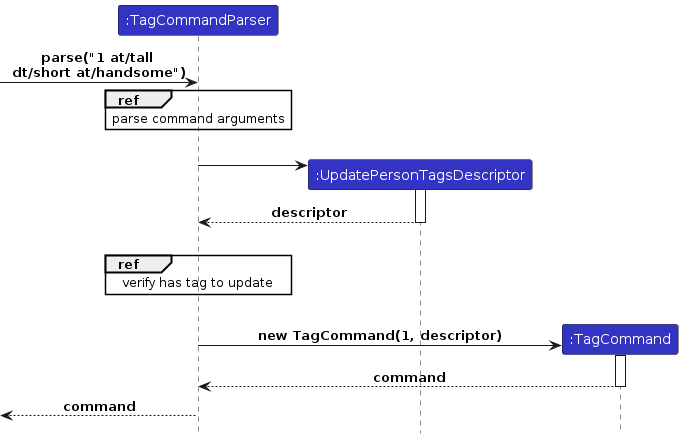
TehOPanas/tP keeps this PlantUML diagram as diagrams/tag-feature/ParseSequenceDiagram.png. Above is the earlier version. Its source is kept beside it as diagrams/tag-feature/ParseSequenceDiagram.puml. Source of this version:
```plantuml
@startuml
!include ../style.puml


participant ":TagCommandParser" as TagCommandParser LOGIC_COLOR
participant ":UpdatePersonTagsDescriptor" as UpdatePersonTagsDescriptor LOGIC_COLOR
participant ":TagCommand" as TagCommand LOGIC_COLOR

[-> TagCommandParser : parse("1 at/tall \ndt/short at/handsome")
ref over TagCommandParser: parse command arguments
|||
create UpdatePersonTagsDescriptor
TagCommandParser -> UpdatePersonTagsDescriptor
activate UpdatePersonTagsDescriptor
return descriptor
|||
ref over TagCommandParser: verify has tag to update
|||
create TagCommand
    TagCommandParser -> TagCommand: new TagCommand(1, descriptor)
    activate TagCommand
    return command
    [<--TagCommandParser : command

@enduml
```
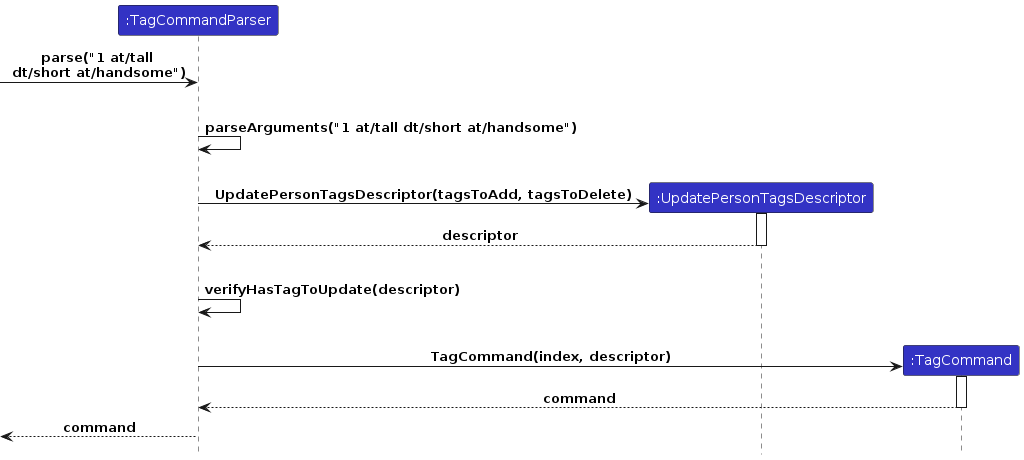
The same diagram one commit later.

The edit, as a diff of the source:
```diff
@@ -7,17 +7,25 @@
 participant ":TagCommand" as TagCommand LOGIC_COLOR
 
 [-> TagCommandParser : parse("1 at/tall \ndt/short at/handsome")
-ref over TagCommandParser: parse command arguments
+
 |||
+
+TagCommandParser -> TagCommandParser: parseArguments("1 at/tall dt/short at/handsome")
+
+|||
+
 create UpdatePersonTagsDescriptor
-TagCommandParser -> UpdatePersonTagsDescriptor
+TagCommandParser -> UpdatePersonTagsDescriptor: UpdatePersonTagsDescriptor(tagsToAdd, tagsToDelete)
 activate UpdatePersonTagsDescriptor
 return descriptor
+
 |||
-ref over TagCommandParser: verify has tag to update
+
+TagCommandParser -> TagCommandParser: verifyHasTagToUpdate(descriptor)
+
 |||
 create TagCommand
-    TagCommandParser -> TagCommand: new TagCommand(1, descriptor)
+    TagCommandParser -> TagCommand: TagCommand(index, descriptor)
     activate TagCommand
     return command
     [<--TagCommandParser : command
```
